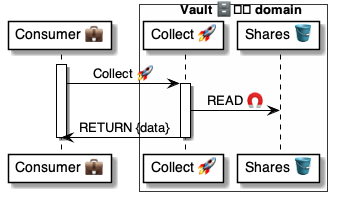
pollyweb-org/pollyweb-docs keeps this PlantUML diagram as 4 ⚙️ Solution/41 🎭 Domain Roles/Vaults 🗄️/🗄️📨 Vault msgs/Collect 💼🚀🗄️/🗄️ Collect ⚙️ uml.png. Above is the earlier version. Its source is kept beside it as 4 ⚙️ Solution/41 🎭 Domain Roles/Vaults 🗄️/🗄️📨 Vault msgs/Collect 💼🚀🗄️/🗄️ Collect ⚙️ uml.puml.
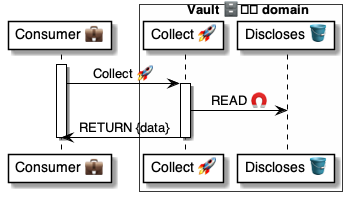
Later version of the same file.

Change to the diagram source:
```diff
@@ -4,14 +4,14 @@
 
 box Vault 🗄️️ domain #FFFFFA
     participant "Collect 🚀" as vault
-    participant "Shares 🪣" as shares
+    participant "Discloses 🪣" as table
 end box
 
 
 activate consumer
     consumer -> vault: Collect 🚀
     activate vault
-        vault -> shares: READ 🧲
+        vault -> table: READ 🧲
         vault -> consumer: RETURN {data}
     deactivate vault
 
```
